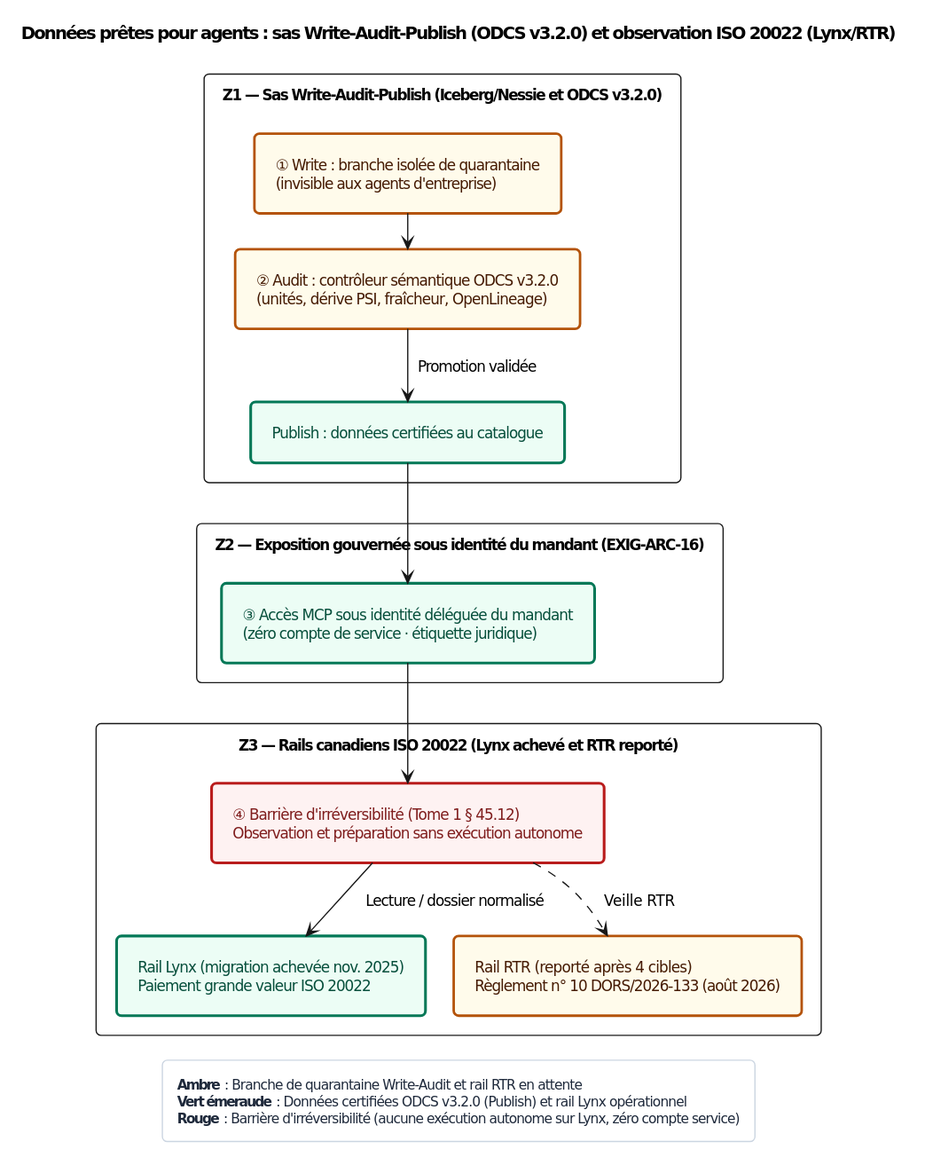
agbruneau/Agentique keeps this PlantUML diagram as Sources/Compendium/ouvrage/schemas/rendus/SCH-10-02.svg. Above is the earlier version.
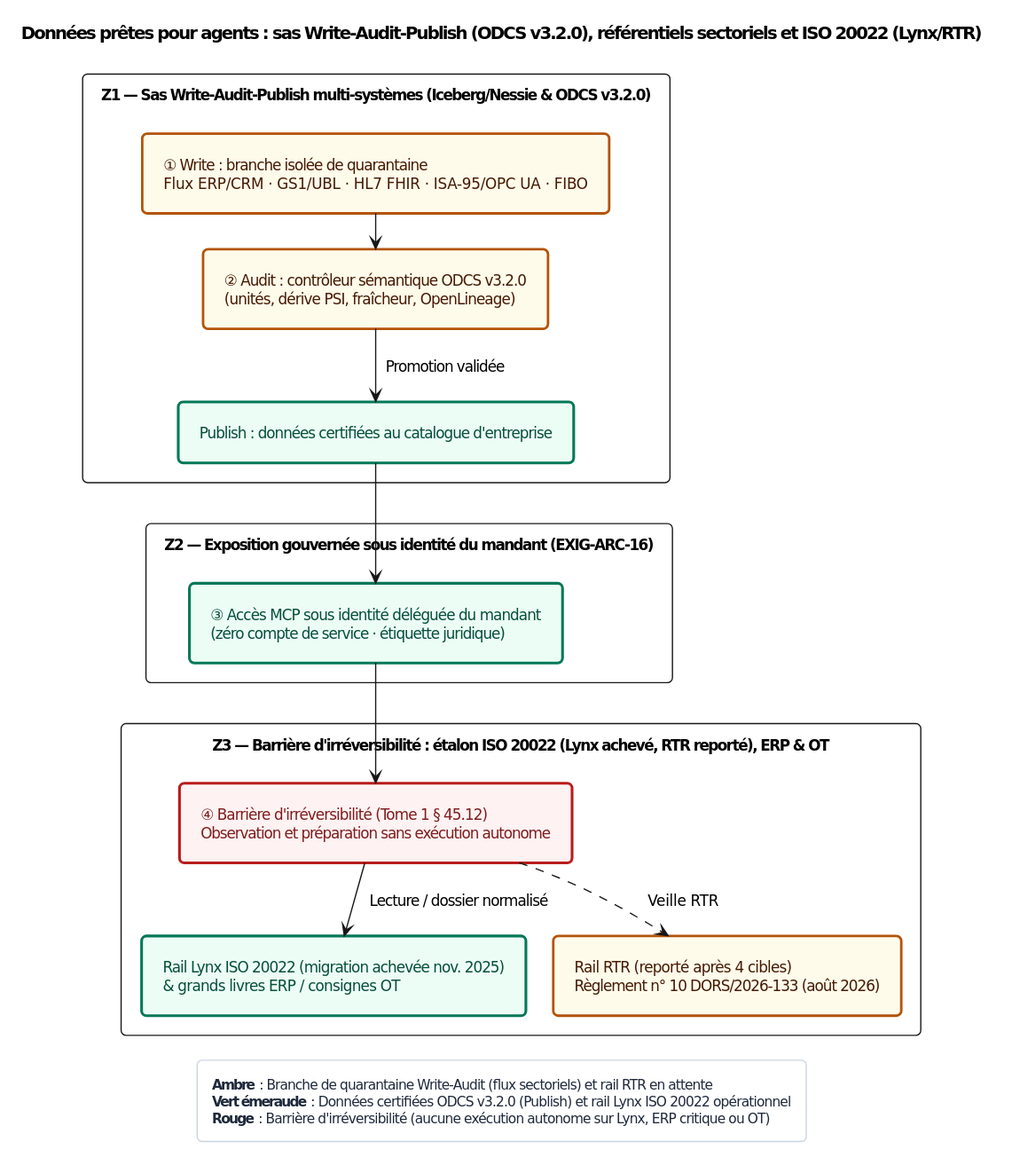
The same diagram one commit later.

Change to the diagram source:
```diff
@@ -25,12 +25,12 @@
 skinparam padding 7
 
 top to bottom direction
-title Données prêtes pour agents : sas Write-Audit-Publish (ODCS v3.2.0) et observation ISO 20022 (Lynx/RTR)
+title Données prêtes pour agents : sas Write-Audit-Publish (ODCS v3.2.0), référentiels sectoriels et ISO 20022 (Lynx/RTR)
 
-package "Z1 — Sas Write-Audit-Publish (Iceberg/Nessie et ODCS v3.2.0)" {
-  rectangle "① Write : branche isolée de quarantaine\n(invisible aux agents d'entreprise)" as N1 <<amber>>
+package "Z1 — Sas Write-Audit-Publish multi-systèmes (Iceberg/Nessie & ODCS v3.2.0)" {
+  rectangle "① Write : branche isolée de quarantaine\nFlux ERP/CRM · GS1/UBL · HL7 FHIR · ISA-95/OPC UA · FIBO" as N1 <<amber>>
   rectangle "② Audit : contrôleur sémantique ODCS v3.2.0\n(unités, dérive PSI, fraîcheur, OpenLineage)" as N2 <<amber>>
-  rectangle "Publish : données certifiées au catalogue" as N3 <<green>>
+  rectangle "Publish : données certifiées au catalogue d'entreprise" as N3 <<green>>
   N1 --> N2
   N2 --> N3 : Promotion validée
 }
@@ -40,8 +40,8 @@
   N3 --> N4
 }
 
-package "Z3 — Rails canadiens ISO 20022 (Lynx achevé et RTR reporté)" {
-  rectangle "Rail Lynx (migration achevée nov. 2025)\nPaiement grande valeur ISO 20022" as N5 <<green>>
+package "Z3 — Barrière d'irréversibilité : étalon ISO 20022 (Lynx achevé, RTR reporté), ERP & OT" {
+  rectangle "Rail Lynx ISO 20022 (migration achevée nov. 2025)\n& grands livres ERP / consignes OT" as N5 <<green>>
   rectangle "Rail RTR (reporté après 4 cibles)\nRèglement n° 10 DORS/2026-133 (août 2026)" as N6 <<amber>>
   rectangle "④ Barrière d'irréversibilité (Tome 1 § 45.12)\nObservation et préparation sans exécution autonome" as N7 <<red>>
   N4 --> N7
@@ -50,8 +50,8 @@
 }
 
 legend bottom
-  **Ambre** : Branche de quarantaine Write-Audit et rail RTR en attente
-  **Vert émeraude** : Données certifiées ODCS v3.2.0 (Publish) et rail Lynx opérationnel
-  **Rouge** : Barrière d'irréversibilité (aucune exécution autonome sur Lynx, zéro compte service)
+  **Ambre** : Branche de quarantaine Write-Audit (flux sectoriels) et rail RTR en attente
+  **Vert émeraude** : Données certifiées ODCS v3.2.0 (Publish) et rail Lynx ISO 20022 opérationnel
+  **Rouge** : Barrière d'irréversibilité (aucune exécution autonome sur Lynx, ERP critique ou OT)
 end legend
 @enduml
```
